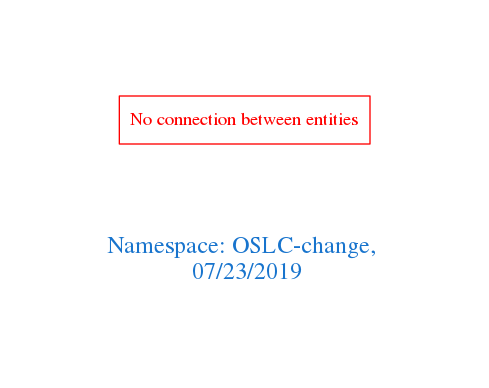
The Graphviz diagram downloads/OSLC-change.png in arago/OGIT, before a commit. Its source is kept beside it as downloads/OSLC-change.dot.
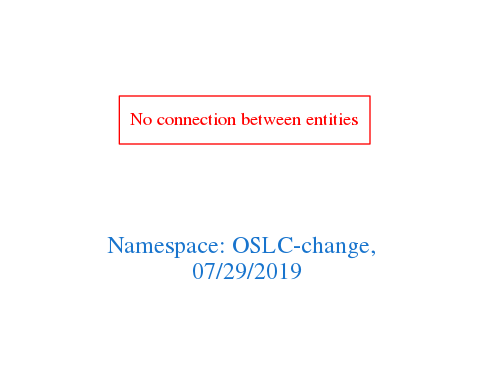
Above is the later version.

Diff of the diagram source:
```diff
@@ -1,7 +1,7 @@
 digraph OGIT_ontology {
  graph [ rankdir= LR,pad=1
 fontsize = 18,
-fontcolor= dodgerblue3,label = "\n\n\nNamespace: OSLC-change, \n 07/23/2019"];
+fontcolor= dodgerblue3,label = "\n\n\nNamespace: OSLC-change, \n 07/29/2019"];
 node[shape=polygon];
 edge [  color="gray81"];
 
```
